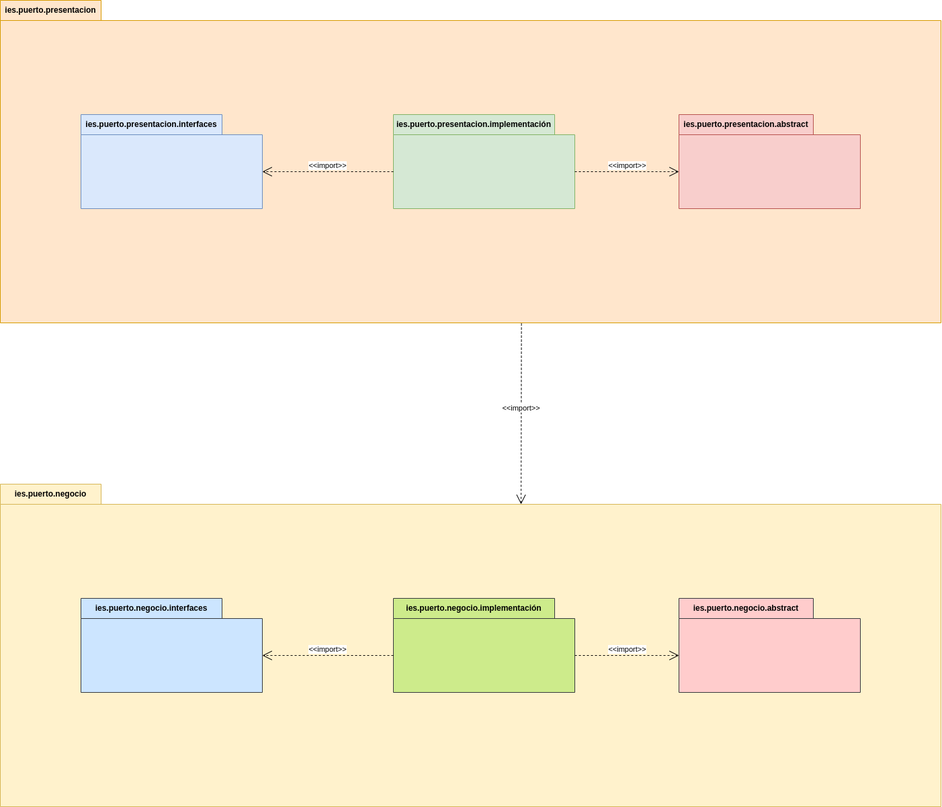
The draw.io diagram PruebaDiagramaPaquetes.png in PeterMartEsc/ETS, before a commit. Source tidied: cells renumbered, new cells last; positions are measured from the earlier drawing's top-left corner, leaving out a move shared by most shapes. Its diagram source:
```xml
<mxGraphModel>
  <root>
    <mxCell id="0" />
    <mxCell id="1" parent="0" />
    <mxCell id="2" value="ies.puerto.presentacion" style="shape=folder;fontStyle=1;tabWidth=150;tabHeight=30;tabPosition=left;html=1;boundedLbl=1;labelInHeader=1;whiteSpace=wrap;fillColor=#ffe6cc;strokeColor=#d79b00;" parent="1" vertex="1">
      <mxGeometry width="1400" height="480" as="geometry" />
    </mxCell>
    <mxCell id="3" value="ies.puerto.presentacion.abstract" style="shape=folder;fontStyle=1;tabWidth=200;tabHeight=30;tabPosition=left;html=1;boundedLbl=1;labelInHeader=1;whiteSpace=wrap;fillColor=#f8cecc;strokeColor=#b85450;" parent="2" vertex="1">
      <mxGeometry x="1010" y="170" width="270" height="140" as="geometry" />
    </mxCell>
    <mxCell id="4" value="ies.puerto.presentacion.interfaces" style="shape=folder;fontStyle=1;tabWidth=210;tabHeight=30;tabPosition=left;html=1;boundedLbl=1;labelInHeader=1;whiteSpace=wrap;fillColor=#dae8fc;strokeColor=#6c8ebf;" parent="2" vertex="1">
      <mxGeometry x="120" y="170" width="270" height="140" as="geometry" />
    </mxCell>
    <mxCell id="5" value="ies.puerto.presentacion.implementación" style="shape=folder;fontStyle=1;tabWidth=240;tabHeight=30;tabPosition=left;html=1;boundedLbl=1;labelInHeader=1;whiteSpace=wrap;fillColor=#d5e8d4;strokeColor=#82b366;" parent="2" vertex="1">
      <mxGeometry x="585" y="170" width="270" height="140" as="geometry" />
    </mxCell>
    <mxCell id="6" value="&amp;lt;&amp;lt;import&amp;gt;&amp;gt;" style="edgeStyle=none;html=1;endArrow=open;endSize=12;dashed=1;verticalAlign=bottom;rounded=0;exitX=0;exitY=0;exitDx=270;exitDy=85;exitPerimeter=0;entryX=0;entryY=0;entryDx=0;entryDy=85;entryPerimeter=0;" parent="2" edge="1" source="5" target="3">
      <mxGeometry relative="1" as="geometry" />
    </mxCell>
    <mxCell id="7" value="&amp;lt;&amp;lt;import&amp;gt;&amp;gt;" style="edgeStyle=none;html=1;endArrow=open;endSize=12;dashed=1;verticalAlign=bottom;rounded=0;exitX=0;exitY=0;exitDx=0;exitDy=85;exitPerimeter=0;entryX=0;entryY=0;entryDx=270;entryDy=85;entryPerimeter=0;" parent="2" edge="1" source="5" target="4">
      <mxGeometry relative="1" as="geometry" />
    </mxCell>
    <mxCell id="8" value="ies.puerto.negocio" style="shape=folder;fontStyle=1;tabWidth=150;tabHeight=30;tabPosition=left;html=1;boundedLbl=1;labelInHeader=1;whiteSpace=wrap;fillColor=#fff2cc;strokeColor=#d6b656;" parent="1" vertex="1">
      <mxGeometry y="720" width="1400" height="480" as="geometry" />
    </mxCell>
    <mxCell id="9" value="ies.puerto.negocio.abstract" style="shape=folder;fontStyle=1;tabWidth=200;tabHeight=30;tabPosition=left;html=1;boundedLbl=1;labelInHeader=1;whiteSpace=wrap;fillColor=#ffcccc;strokeColor=#36393d;" parent="8" vertex="1">
      <mxGeometry x="1010" y="170" width="270" height="140" as="geometry" />
    </mxCell>
    <mxCell id="10" value="ies.puerto.negocio.interfaces" style="shape=folder;fontStyle=1;tabWidth=210;tabHeight=30;tabPosition=left;html=1;boundedLbl=1;labelInHeader=1;whiteSpace=wrap;fillColor=#cce5ff;strokeColor=#36393d;" parent="8" vertex="1">
      <mxGeometry x="120" y="170" width="270" height="140" as="geometry" />
    </mxCell>
    <mxCell id="11" value="ies.puerto.negocio.implementación" style="shape=folder;fontStyle=1;tabWidth=240;tabHeight=30;tabPosition=left;html=1;boundedLbl=1;labelInHeader=1;whiteSpace=wrap;fillColor=#cdeb8b;strokeColor=#36393d;" parent="8" vertex="1">
      <mxGeometry x="585" y="170" width="270" height="140" as="geometry" />
    </mxCell>
    <mxCell id="12" value="&amp;lt;&amp;lt;import&amp;gt;&amp;gt;" style="edgeStyle=none;html=1;endArrow=open;endSize=12;dashed=1;verticalAlign=bottom;rounded=0;exitX=0;exitY=0;exitDx=270;exitDy=85;exitPerimeter=0;entryX=0;entryY=0;entryDx=0;entryDy=85;entryPerimeter=0;" parent="8" edge="1" source="11" target="9">
      <mxGeometry relative="1" as="geometry" />
    </mxCell>
    <mxCell id="13" value="&amp;lt;&amp;lt;import&amp;gt;&amp;gt;" style="edgeStyle=none;html=1;endArrow=open;endSize=12;dashed=1;verticalAlign=bottom;rounded=0;exitX=0;exitY=0;exitDx=0;exitDy=85;exitPerimeter=0;entryX=0;entryY=0;entryDx=270;entryDy=85;entryPerimeter=0;" parent="8" edge="1" source="11" target="10">
      <mxGeometry relative="1" as="geometry" />
    </mxCell>
    <mxCell id="14" value="&amp;lt;&amp;lt;import&amp;gt;&amp;gt;" style="edgeStyle=none;html=1;endArrow=open;endSize=12;dashed=1;verticalAlign=bottom;rounded=0;exitX=0.554;exitY=1.002;exitDx=0;exitDy=0;exitPerimeter=0;entryX=0;entryY=0;entryDx=775;entryDy=30;entryPerimeter=0;" parent="1" edge="1" source="2" target="8">
      <mxGeometry relative="1" as="geometry" />
    </mxCell>
  </root>
</mxGraphModel>
```
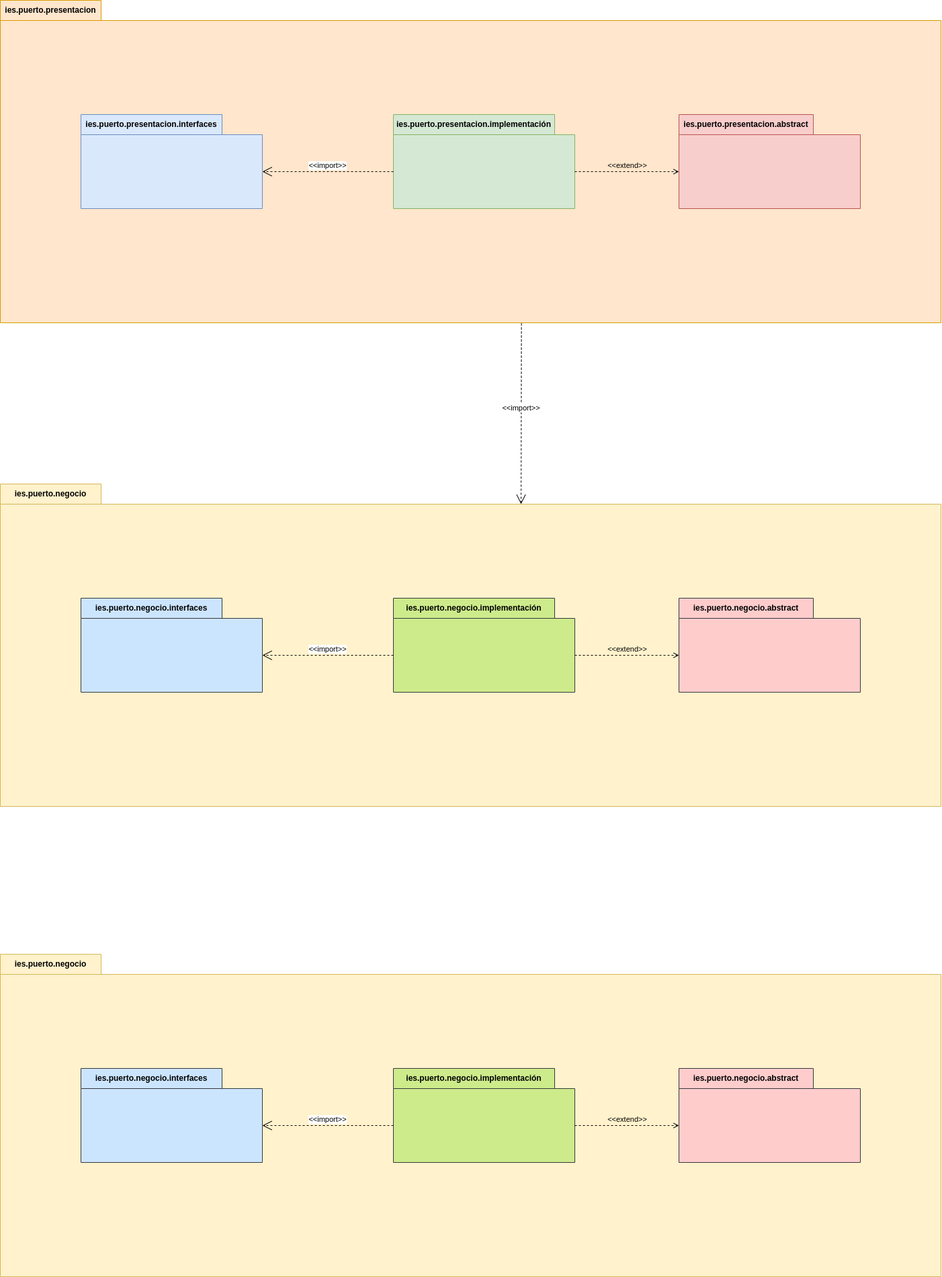
The same file after the commit.

Change to the diagram source:
```diff
@@ -14,12 +14,12 @@
     <mxCell id="5" value="ies.puerto.presentacion.implementación" style="shape=folder;fontStyle=1;tabWidth=240;tabHeight=30;tabPosition=left;html=1;boundedLbl=1;labelInHeader=1;whiteSpace=wrap;fillColor=#d5e8d4;strokeColor=#82b366;" parent="2" vertex="1">
       <mxGeometry x="585" y="170" width="270" height="140" as="geometry" />
     </mxCell>
+    <mxCell id="7" value="&amp;lt;&amp;lt;import&amp;gt;&amp;gt;" style="edgeStyle=none;html=1;endArrow=open;endSize=12;dashed=1;verticalAlign=bottom;rounded=0;exitX=0;exitY=0;exitDx=0;exitDy=85;exitPerimeter=0;entryX=0;entryY=0;entryDx=270;entryDy=85;entryPerimeter=0;" parent="2" edge="1" source="5" target="4">
+      <mxGeometry relative="1" as="geometry" />
+    </mxCell>
-    <mxCell id="6" value="&amp;lt;&amp;lt;import&amp;gt;&amp;gt;" style="edgeStyle=none;html=1;endArrow=open;endSize=12;dashed=1;verticalAlign=bottom;rounded=0;exitX=0;exitY=0;exitDx=270;exitDy=85;exitPerimeter=0;entryX=0;entryY=0;entryDx=0;entryDy=85;entryPerimeter=0;" parent="2" edge="1" source="5" target="3">
+    <mxCell id="6" value="&amp;lt;&amp;lt;extend&amp;gt;&amp;gt;" style="html=1;verticalAlign=bottom;labelBackgroundColor=none;endArrow=open;endFill=0;dashed=1;rounded=0;exitX=0;exitY=0;exitDx=270;exitDy=85;exitPerimeter=0;entryX=0;entryY=0;entryDx=0;entryDy=85;entryPerimeter=0;" parent="2" edge="1" source="5" target="3">
       <mxGeometry relative="1" as="geometry" />
     </mxCell>
-    <mxCell id="7" value="&amp;lt;&amp;lt;import&amp;gt;&amp;gt;" style="edgeStyle=none;html=1;endArrow=open;endSize=12;dashed=1;verticalAlign=bottom;rounded=0;exitX=0;exitY=0;exitDx=0;exitDy=85;exitPerimeter=0;entryX=0;entryY=0;entryDx=270;entryDy=85;entryPerimeter=0;" parent="2" edge="1" source="5" target="4">
-      <mxGeometry relative="1" as="geometry" />
-    </mxCell>
     <mxCell id="8" value="ies.puerto.negocio" style="shape=folder;fontStyle=1;tabWidth=150;tabHeight=30;tabPosition=left;html=1;boundedLbl=1;labelInHeader=1;whiteSpace=wrap;fillColor=#fff2cc;strokeColor=#d6b656;" parent="1" vertex="1">
       <mxGeometry y="720" width="1400" height="480" as="geometry" />
     </mxCell>
@@ -32,14 +32,32 @@
     <mxCell id="11" value="ies.puerto.negocio.implementación" style="shape=folder;fontStyle=1;tabWidth=240;tabHeight=30;tabPosition=left;html=1;boundedLbl=1;labelInHeader=1;whiteSpace=wrap;fillColor=#cdeb8b;strokeColor=#36393d;" parent="8" vertex="1">
       <mxGeometry x="585" y="170" width="270" height="140" as="geometry" />
     </mxCell>
+    <mxCell id="13" value="&amp;lt;&amp;lt;import&amp;gt;&amp;gt;" style="edgeStyle=none;html=1;endArrow=open;endSize=12;dashed=1;verticalAlign=bottom;rounded=0;exitX=0;exitY=0;exitDx=0;exitDy=85;exitPerimeter=0;entryX=0;entryY=0;entryDx=270;entryDy=85;entryPerimeter=0;" parent="8" edge="1" source="11" target="10">
+      <mxGeometry relative="1" as="geometry" />
+    </mxCell>
-    <mxCell id="12" value="&amp;lt;&amp;lt;import&amp;gt;&amp;gt;" style="edgeStyle=none;html=1;endArrow=open;endSize=12;dashed=1;verticalAlign=bottom;rounded=0;exitX=0;exitY=0;exitDx=270;exitDy=85;exitPerimeter=0;entryX=0;entryY=0;entryDx=0;entryDy=85;entryPerimeter=0;" parent="8" edge="1" source="11" target="9">
+    <mxCell id="12" value="&amp;lt;&amp;lt;extend&amp;gt;&amp;gt;" style="html=1;verticalAlign=bottom;labelBackgroundColor=none;endArrow=open;endFill=0;dashed=1;rounded=0;entryX=0;entryY=0;entryDx=0;entryDy=85;entryPerimeter=0;exitX=0;exitY=0;exitDx=270;exitDy=85;exitPerimeter=0;" parent="8" edge="1" source="11" target="9">
       <mxGeometry relative="1" as="geometry" />
     </mxCell>
-    <mxCell id="13" value="&amp;lt;&amp;lt;import&amp;gt;&amp;gt;" style="edgeStyle=none;html=1;endArrow=open;endSize=12;dashed=1;verticalAlign=bottom;rounded=0;exitX=0;exitY=0;exitDx=0;exitDy=85;exitPerimeter=0;entryX=0;entryY=0;entryDx=270;entryDy=85;entryPerimeter=0;" parent="8" edge="1" source="11" target="10">
-      <mxGeometry relative="1" as="geometry" />
-    </mxCell>
     <mxCell id="14" value="&amp;lt;&amp;lt;import&amp;gt;&amp;gt;" style="edgeStyle=none;html=1;endArrow=open;endSize=12;dashed=1;verticalAlign=bottom;rounded=0;exitX=0.554;exitY=1.002;exitDx=0;exitDy=0;exitPerimeter=0;entryX=0;entryY=0;entryDx=775;entryDy=30;entryPerimeter=0;" parent="1" edge="1" source="2" target="8">
       <mxGeometry relative="1" as="geometry" />
     </mxCell>
+    <mxCell id="15" value="ies.puerto.negocio" style="shape=folder;fontStyle=1;tabWidth=150;tabHeight=30;tabPosition=left;html=1;boundedLbl=1;labelInHeader=1;whiteSpace=wrap;fillColor=#fff2cc;strokeColor=#d6b656;" parent="1" vertex="1">
+      <mxGeometry y="1420" width="1400" height="480" as="geometry" />
+    </mxCell>
+    <mxCell id="16" value="ies.puerto.negocio.abstract" style="shape=folder;fontStyle=1;tabWidth=200;tabHeight=30;tabPosition=left;html=1;boundedLbl=1;labelInHeader=1;whiteSpace=wrap;fillColor=#ffcccc;strokeColor=#36393d;" parent="15" vertex="1">
+      <mxGeometry x="1010" y="170" width="270" height="140" as="geometry" />
+    </mxCell>
+    <mxCell id="17" value="ies.puerto.negocio.interfaces" style="shape=folder;fontStyle=1;tabWidth=210;tabHeight=30;tabPosition=left;html=1;boundedLbl=1;labelInHeader=1;whiteSpace=wrap;fillColor=#cce5ff;strokeColor=#36393d;" parent="15" vertex="1">
+      <mxGeometry x="120" y="170" width="270" height="140" as="geometry" />
+    </mxCell>
+    <mxCell id="18" value="ies.puerto.negocio.implementación" style="shape=folder;fontStyle=1;tabWidth=240;tabHeight=30;tabPosition=left;html=1;boundedLbl=1;labelInHeader=1;whiteSpace=wrap;fillColor=#cdeb8b;strokeColor=#36393d;" parent="15" vertex="1">
+      <mxGeometry x="585" y="170" width="270" height="140" as="geometry" />
+    </mxCell>
+    <mxCell id="19" value="&amp;lt;&amp;lt;import&amp;gt;&amp;gt;" style="edgeStyle=none;html=1;endArrow=open;endSize=12;dashed=1;verticalAlign=bottom;rounded=0;exitX=0;exitY=0;exitDx=0;exitDy=85;exitPerimeter=0;entryX=0;entryY=0;entryDx=270;entryDy=85;entryPerimeter=0;" parent="15" edge="1" source="18" target="17">
+      <mxGeometry relative="1" as="geometry" />
+    </mxCell>
+    <mxCell id="20" value="&amp;lt;&amp;lt;extend&amp;gt;&amp;gt;" style="html=1;verticalAlign=bottom;labelBackgroundColor=none;endArrow=open;endFill=0;dashed=1;rounded=0;entryX=0;entryY=0;entryDx=0;entryDy=85;entryPerimeter=0;exitX=0;exitY=0;exitDx=270;exitDy=85;exitPerimeter=0;" parent="15" edge="1" source="18" target="16">
+      <mxGeometry relative="1" as="geometry" />
+    </mxCell>
   </root>
 </mxGraphModel>
```
